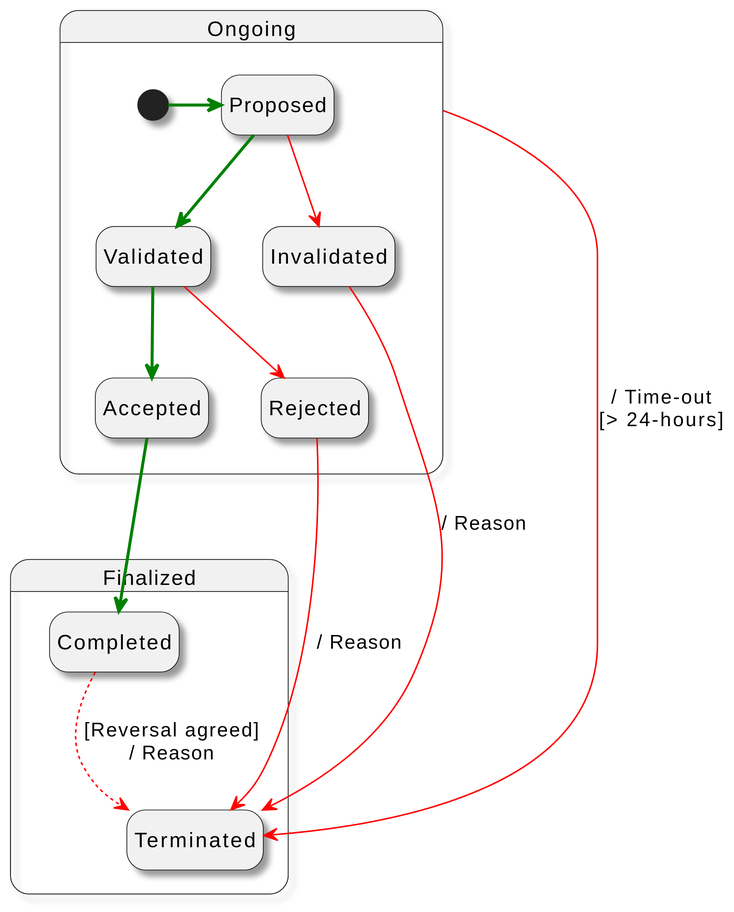
Earlier version of the PlantUML export diagrams/Transaction State Chart.svg (frankcnng/CARP).
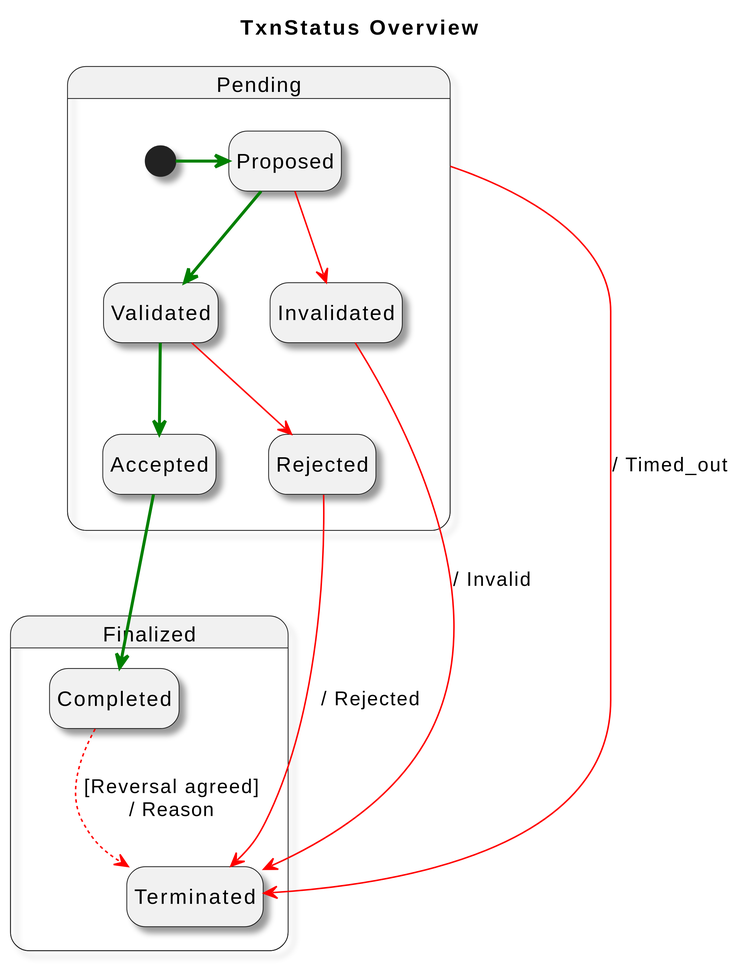
Later version of the same file.

What changed in the source:
```diff
@@ -1,4 +1,6 @@
 @startuml
+title TxnStatus Overview
+
 skinparam dpi 300
 skinparam monochrome false
 skinparam shadowing true
@@ -6,7 +8,7 @@
 top to bottom direction
 hide empty description
 
-state "Ongoing" as ip
+state "Pending" as ip
 
 State ip {
   [*] -[bold,#green]> Proposed
@@ -19,9 +21,10 @@
 
 State Finalized {
   Accepted -[bold,#green]-> Completed
-  Invalidated -[#red]-> Terminated : / Reason
-  Rejected -[#red]-> Terminated : / Reason
-  ip -[#red]-> Terminated : / Time-out\n[> 24-hours]
+  Invalidated -[#red]-> Terminated : / Invalid
+  Rejected -[#red]-> Terminated : / Rejected
+
   Completed -[dashed,#red]-> Terminated : [Reversal agreed]\n/ Reason
+  ip -[#red]-> Terminated : / Timed_out
 }
 @enduml
```
